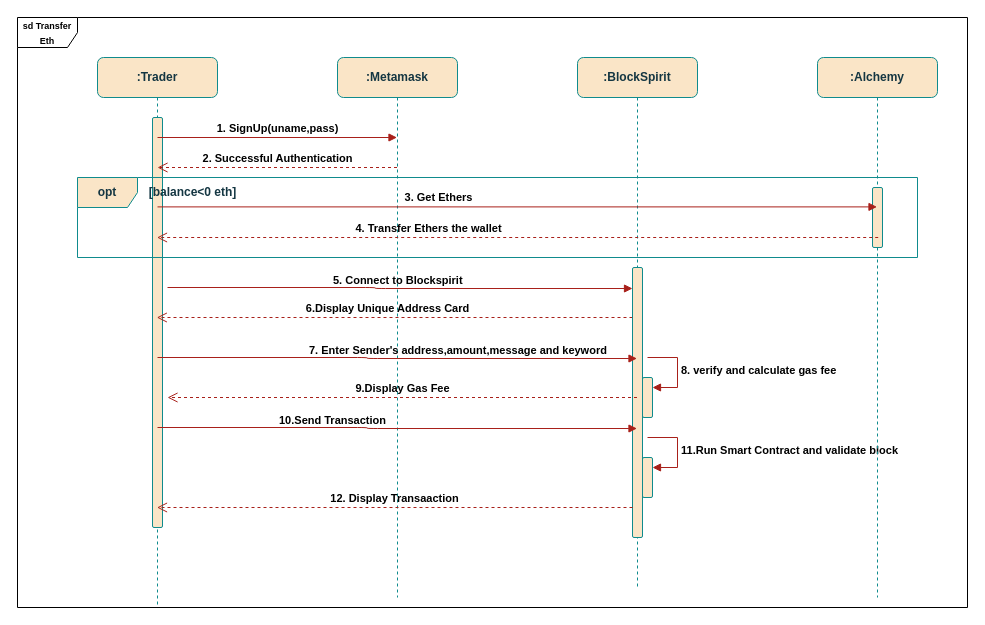
This is useCase.drawio from CODEX108/Computer-Security, a draw.io file, before an edit. Source tidied: cells renumbered, new cells numbered last; positions are measured from the earlier drawing's top-left corner, leaving out a move shared by most shapes. Both pictures are drawn from the tidied source at 100%, with x=0, y=0 at pixel (17, 17).
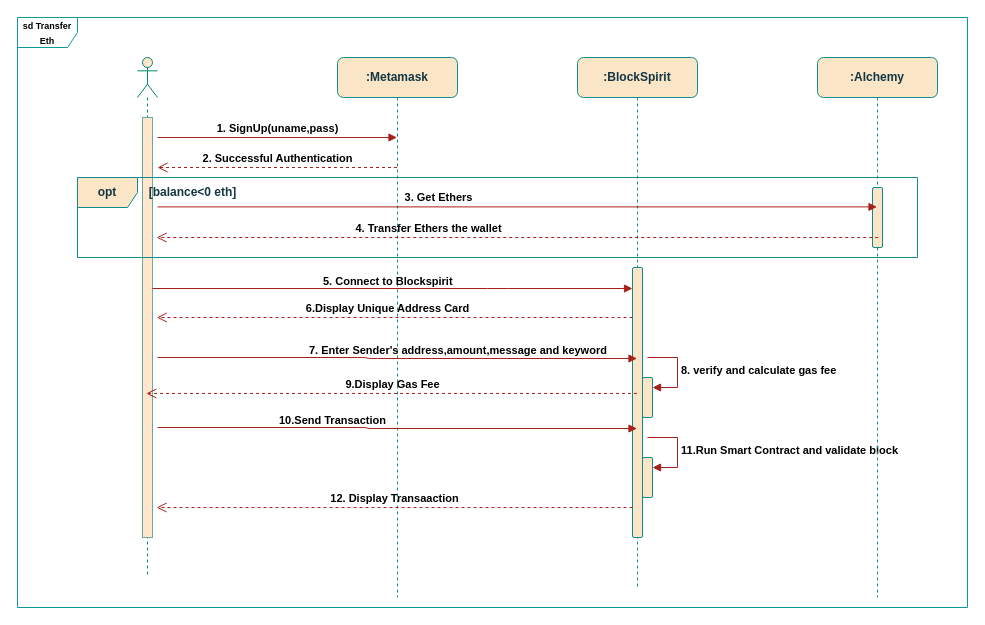
The same diagram, later.

Unchanged cells that the change refers to:
```xml
<mxCell id="4" value="&lt;span&gt;:BlockSpirit&lt;/span&gt;" style="shape=umlLifeline;perimeter=lifelinePerimeter;whiteSpace=wrap;html=1;outlineConnect=0;portConstraint=eastwest;newEdgeStyle={&quot;curved&quot;:0,&quot;rounded&quot;:0};labelBackgroundColor=none;fillColor=#FAE5C7;strokeColor=#0F8B8D;fontColor=#143642;rounded=1;fontStyle=1;" parent="1" vertex="1">
  <mxGeometry x="560" y="40" width="120" height="530" as="geometry" />
</mxCell>
<mxCell id="21" style="html=1;points=[[0,0,0,0,5],[0,1,0,0,-5],[1,0,0,0,5],[1,1,0,0,-5]];perimeter=orthogonalPerimeter;outlineConnect=0;targetShapes=umlLifeline;portConstraint=eastwest;newEdgeStyle={&quot;curved&quot;:0,&quot;rounded&quot;:0};labelBackgroundColor=none;fillColor=#FAE5C7;strokeColor=#0F8B8D;fontColor=#143642;rounded=1;fontStyle=1;" parent="1" vertex="1">
  <mxGeometry x="615" y="250" width="10" height="270" as="geometry" />
</mxCell>
```

The edit, as a diff of the source:
```diff
@@
-    <mxCell id="2" value="&lt;span&gt;:Trader&lt;/span&gt;" style="shape=umlLifeline;perimeter=lifelinePerimeter;whiteSpace=wrap;html=1;outlineConnect=0;portConstraint=eastwest;newEdgeStyle={&quot;curved&quot;:0,&quot;rounded&quot;:0};labelBackgroundColor=none;fillColor=#FAE5C7;strokeColor=#0F8B8D;fontColor=#143642;rounded=1;fontStyle=1;" parent="1" vertex="1">
-      <mxGeometry x="80" y="40" width="120" height="550" as="geometry" />
-    </mxCell>
-    <mxCell id="3" style="html=1;perimeter=orthogonalPerimeter;targetShapes=umlLifeline;newEdgeStyle={&quot;curved&quot;:0,&quot;rounded&quot;:0};labelBackgroundColor=none;fillColor=#FAE5C7;strokeColor=#0F8B8D;fontColor=#143642;rounded=1;fontStyle=1;" parent="2" vertex="1">
-      <mxGeometry x="55" y="60" width="10" height="410" as="geometry" />
-    </mxCell>
+    <mxCell id="27" style="shape=umlLifeline;perimeter=lifelinePerimeter;whiteSpace=wrap;html=1;newEdgeStyle={&quot;curved&quot;:0,&quot;rounded&quot;:0};participant=umlActor;fillColor=#ffe6cc;strokeColor=#05856d;" parent="1" vertex="1">
+      <mxGeometry x="120" y="40" width="20" height="520" as="geometry" />
+    </mxCell>
+    <mxCell id="28" style="html=1;points=[[0,0,0,0,5],[0,1,0,0,-5],[1,0,0,0,5],[1,1,0,0,-5]];perimeter=orthogonalPerimeter;outlineConnect=0;targetShapes=umlLifeline;portConstraint=eastwest;newEdgeStyle={&quot;curved&quot;:0,&quot;rounded&quot;:0};fillColor=#ffe6cc;strokeColor=#67AB9F;" parent="27" vertex="1">
+      <mxGeometry x="5" y="60" width="10" height="420" as="geometry" />
+    </mxCell>
@@
-    <mxCell id="13" value="4. Transfer Ethers the wallet" style="html=1;verticalAlign=bottom;endArrow=open;dashed=1;endSize=8;curved=0;rounded=1;labelBackgroundColor=none;strokeColor=#A8201A;fontColor=default;fontStyle=1;" parent="1" edge="1" target="2">
+    <mxCell id="13" value="4. Transfer Ethers the wallet" style="html=1;verticalAlign=bottom;endArrow=open;dashed=1;endSize=8;curved=0;rounded=1;labelBackgroundColor=none;strokeColor=#A8201A;fontColor=default;fontStyle=1;" parent="1" edge="1">
       <mxGeometry x="0.25" relative="1" as="geometry">
         <mxPoint x="860.7" y="220" as="sourcePoint" />
+        <mxPoint x="139.1" y="220" as="targetPoint" />
         <mxPoint x="1" as="offset" />
       </mxGeometry>
     </mxCell>
@@
-    <mxCell id="18" value="5. Connect to Blockspirit" style="endArrow=block;endFill=1;html=1;edgeStyle=orthogonalEdgeStyle;align=left;verticalAlign=top;rounded=1;labelBackgroundColor=none;strokeColor=#A8201A;fontColor=default;fontStyle=1;" parent="1" edge="1" target="21">
+    <mxCell id="18" value="5. Connect to Blockspirit" style="endArrow=block;endFill=1;html=1;edgeStyle=orthogonalEdgeStyle;align=left;verticalAlign=top;rounded=1;labelBackgroundColor=none;strokeColor=#A8201A;fontColor=default;fontStyle=1;" parent="1" edge="1" source="28" target="21">
       <mxGeometry x="-0.29" y="20" relative="1" as="geometry">
-        <mxPoint x="150" y="270" as="sourcePoint" />
         <Array as="points">
-          <mxPoint x="358" y="271" />
+          <mxPoint x="480" y="271" />
+          <mxPoint x="480" y="271" />
         </Array>
         <mxPoint x="-1" as="offset" />
       </mxGeometry>
     </mxCell>
@@
-    <mxCell id="23" value="9.Display Gas Fee" style="html=1;verticalAlign=bottom;endArrow=open;dashed=1;endSize=8;curved=0;rounded=1;labelBackgroundColor=none;strokeColor=#A8201A;fontColor=default;fontStyle=1;" parent="1" edge="1" source="4">
-      <mxGeometry relative="1" as="geometry">
-        <mxPoint x="150" y="380" as="targetPoint" />
-      </mxGeometry>
+    <mxCell id="23" value="9.Display Gas Fee" style="html=1;verticalAlign=bottom;endArrow=open;dashed=1;endSize=8;curved=0;rounded=1;labelBackgroundColor=none;strokeColor=#A8201A;fontColor=default;fontStyle=1;entryX=0.386;entryY=0.657;entryDx=0;entryDy=0;entryPerimeter=0;" parent="1" edge="1" source="4" target="28">
+      <mxGeometry relative="1" as="geometry" />
     </mxCell>
@@
-    <mxCell id="25" value="12. Display Transaaction" style="html=1;verticalAlign=bottom;endArrow=open;dashed=1;endSize=8;curved=0;rounded=1;labelBackgroundColor=none;strokeColor=#A8201A;fontColor=default;fontStyle=1;" parent="1" edge="1" target="2">
+    <mxCell id="25" value="12. Display Transaaction" style="html=1;verticalAlign=bottom;endArrow=open;dashed=1;endSize=8;curved=0;rounded=1;labelBackgroundColor=none;strokeColor=#A8201A;fontColor=default;fontStyle=1;" parent="1" edge="1">
       <mxGeometry relative="1" as="geometry">
         <mxPoint x="615" y="490" as="sourcePoint" />
+        <mxPoint x="139.1" y="490" as="targetPoint" />
       </mxGeometry>
     </mxCell>
-    <mxCell id="26" value="&lt;font style=&quot;font-size: 9px;&quot;&gt;&lt;span&gt;sd Transfer Eth&lt;/span&gt;&lt;/font&gt;" style="shape=umlFrame;whiteSpace=wrap;html=1;fontStyle=1;" parent="1" vertex="1">
+    <mxCell id="26" value="&lt;font style=&quot;font-size: 9px;&quot;&gt;&lt;span&gt;sd Transfer Eth&lt;/span&gt;&lt;/font&gt;" style="shape=umlFrame;whiteSpace=wrap;html=1;fontStyle=1;strokeColor=#0c9a9d;" parent="1" vertex="1">
       <mxGeometry width="950" height="590" as="geometry" />
     </mxCell>
```
